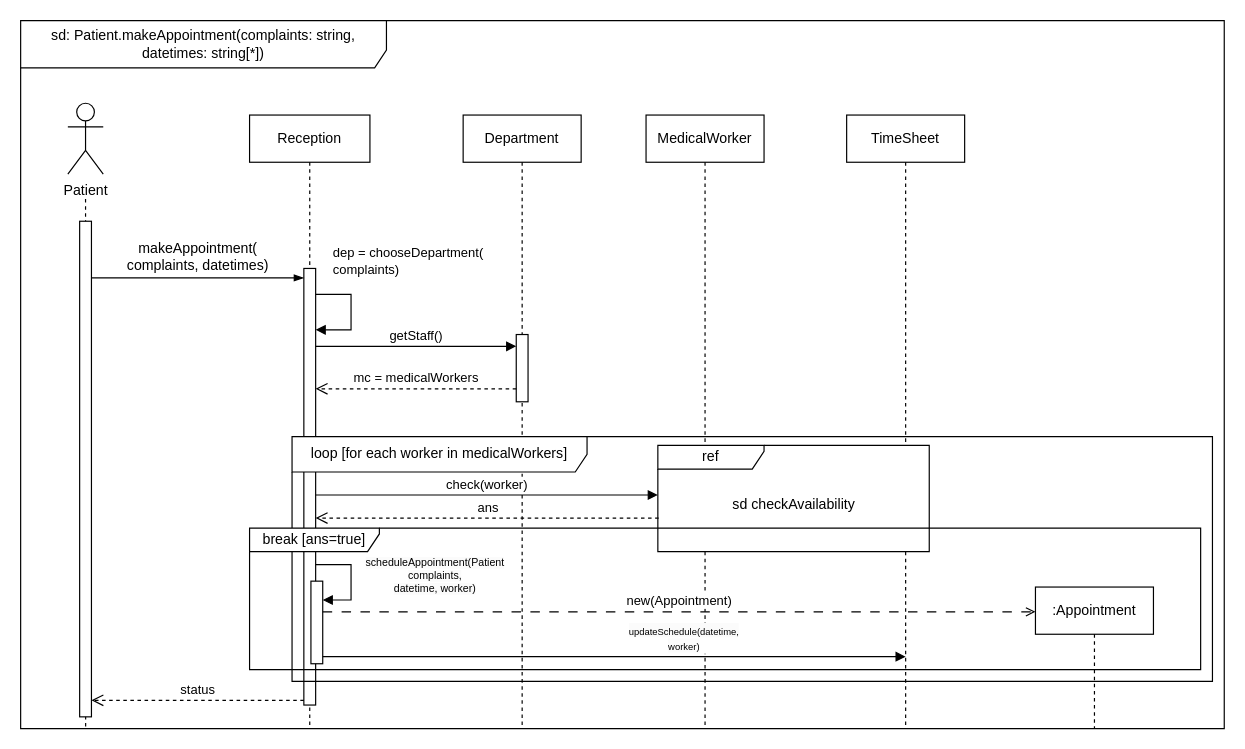
The draw.io diagram page "SD1" (1 of 3) of lab2/.drawio/SD.drawio in nedeadinside/oaoaoaoaoaoaoaoa, before the edit. Source tidied: cells renumbered, new cells numbered last; positions are measured from the earlier drawing's top-left corner, leaving out a move shared by most shapes. Both pictures are drawn from the tidied source at 118%, with x=0, y=0 at pixel (20, 20).
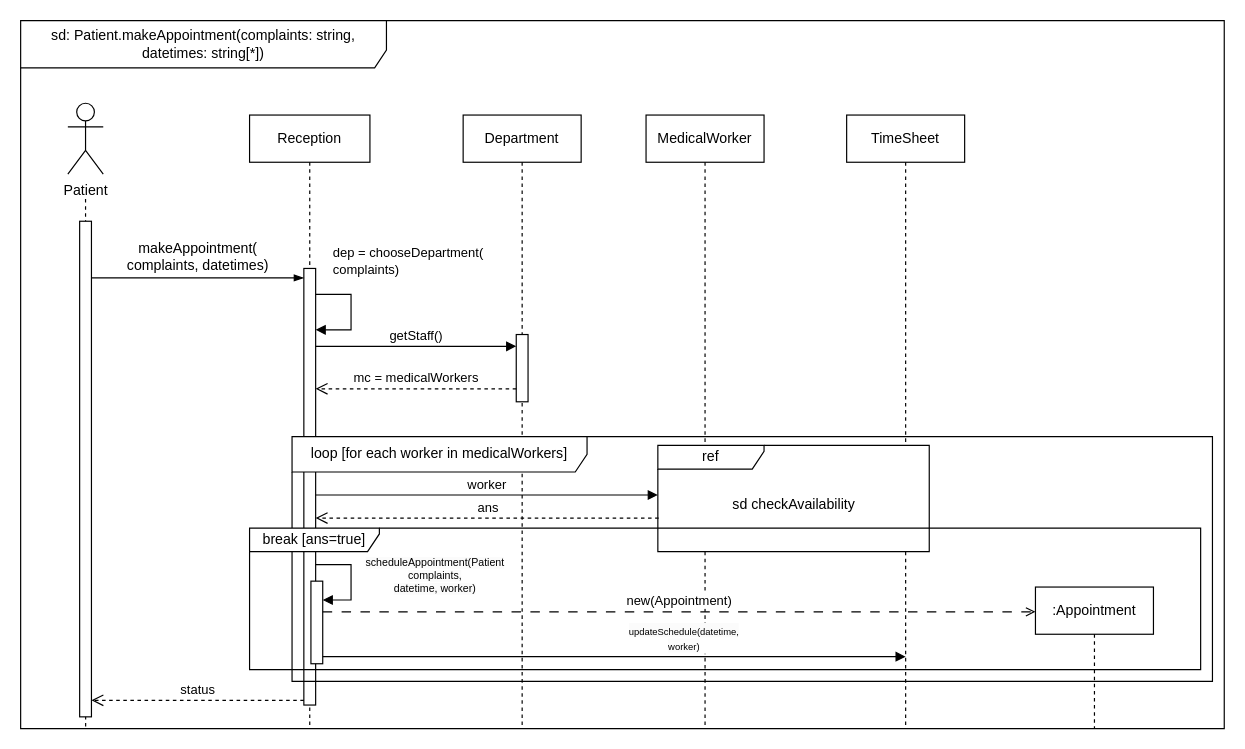
The same diagram, later.

What changed in the source:
```diff
@@
-    <mxCell id="21" value="check(worker)" style="html=1;verticalAlign=bottom;endArrow=block;curved=0;rounded=0;" parent="1" edge="1">
+    <mxCell id="21" value="worker" style="html=1;verticalAlign=bottom;endArrow=block;curved=0;rounded=0;" parent="1" edge="1">
       <mxGeometry relative="1" as="geometry">
         <mxPoint x="250" y="402" as="sourcePoint" />
         <mxPoint x="540" y="402" as="targetPoint" />
       </mxGeometry>
     </mxCell>
```
